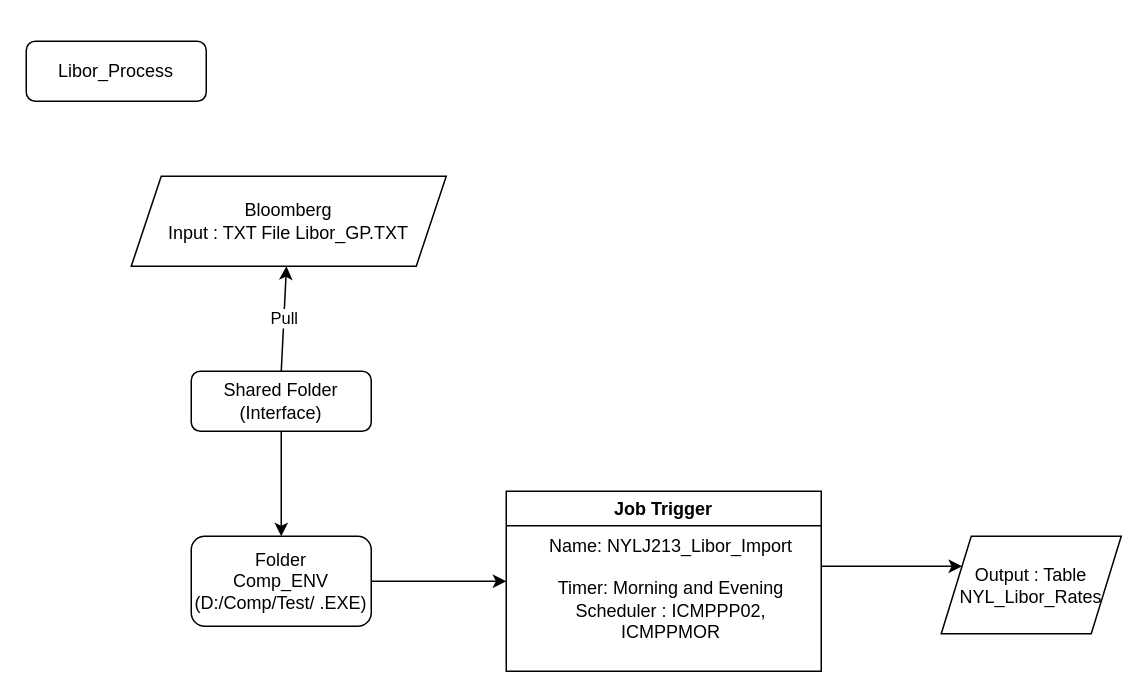
Earlier version of the draw.io diagram ArcadisPipeline/ArcadisPipeline/Libor_Flow (3).drawio (abhishekpathak49/Pipeline). Source tidied: cells renumbered, new cells numbered last; positions are measured from the earlier drawing's top-left corner, leaving out a move shared by most shapes. Both pictures are drawn from the tidied source at 150%, with x=0, y=0 at pixel (26, 40).
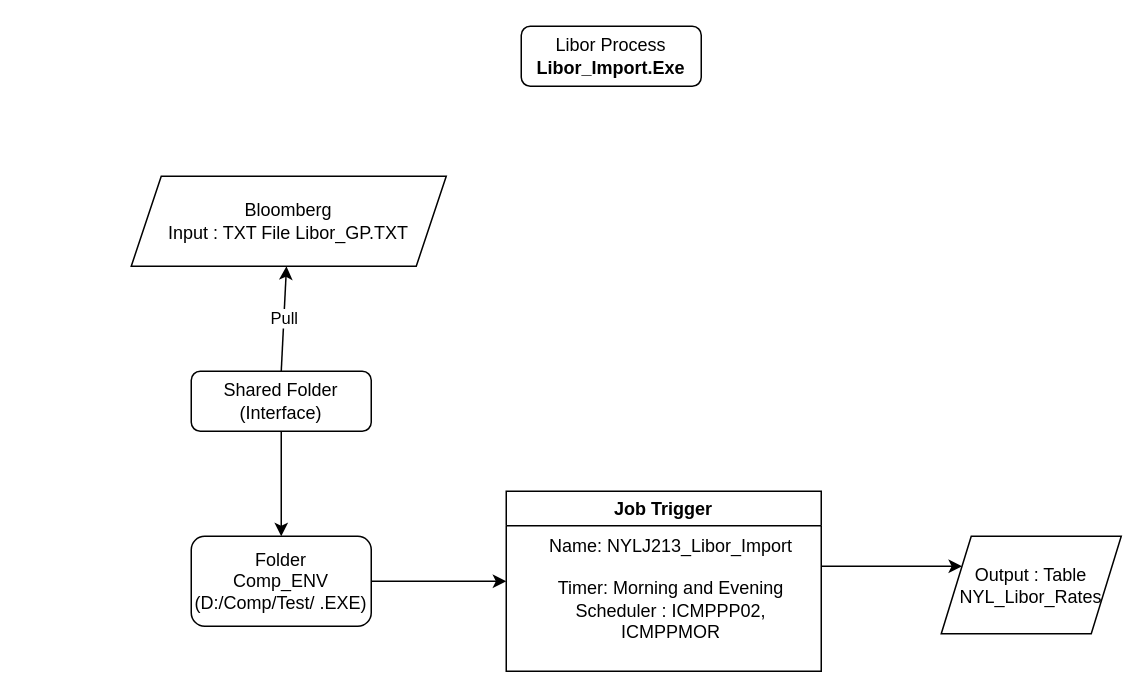
The same diagram, later.

Diff of the diagram source:
```diff
@@
 <mxGraphModel>
   <root>
     <mxCell id="0" />
     <mxCell id="1" parent="0" />
     <mxCell id="2" style="edgeStyle=orthogonalEdgeStyle;rounded=0;jettySize=auto;html=1;" parent="1" edge="1" source="3" target="5">
       <mxGeometry relative="1" as="geometry" />
     </mxCell>
     <mxCell id="3" value="Shared Folder (Interface)" style="rounded=1;whiteSpace=wrap;html=1;fontSize=12;glass=0;strokeWidth=1;shadow=0;" parent="1" vertex="1">
       <mxGeometry x="110" y="220" width="120" height="40" as="geometry" />
     </mxCell>
     <mxCell id="4" value="&amp;nbsp;Pull&amp;nbsp;" style="endArrow=classic;html=1;rounded=0;exitX=0.5;exitY=0;exitDx=0;exitDy=0;" parent="1" edge="1" source="3" target="11">
       <mxGeometry relative="1" as="geometry" />
     </mxCell>
     <mxCell id="5" value="Folder&lt;br&gt;Comp_ENV (D:/Comp/Test/ .EXE)" style="whiteSpace=wrap;html=1;rounded=1;glass=0;strokeWidth=1;shadow=0;" parent="1" vertex="1">
       <mxGeometry x="110" y="330" width="120" height="60" as="geometry" />
     </mxCell>
     <mxCell id="6" value="Job Trigger" style="swimlane;startSize=23;" parent="1" vertex="1">
       <mxGeometry x="320" y="300" width="210" height="120" as="geometry" />
     </mxCell>
     <mxCell id="7" value="Name: NYLJ213_Libor_Import&lt;br&gt;&amp;nbsp;&lt;br&gt;Timer: Morning and Evening&lt;br&gt;Scheduler : ICMPPP02, ICMPPMOR" style="text;html=1;strokeColor=none;fillColor=none;align=center;verticalAlign=middle;whiteSpace=wrap;rounded=0;" parent="6" vertex="1">
       <mxGeometry x="20" y="50" width="180" height="30" as="geometry" />
     </mxCell>
     <mxCell id="8" style="endArrow=classic;html=1;rounded=0;entryX=0;entryY=0.5;entryDx=0;entryDy=0;exitX=1;exitY=0.5;exitDx=0;exitDy=0;" parent="1" edge="1" source="5" target="6">
       <mxGeometry relative="1" as="geometry" />
     </mxCell>
     <mxCell id="9" value="Output : Table NYL_Libor_Rates" style="shape=parallelogram;perimeter=parallelogramPerimeter;whiteSpace=wrap;html=1;fixedSize=1;" parent="1" vertex="1">
       <mxGeometry x="610" y="330" width="120" height="65" as="geometry" />
     </mxCell>
     <mxCell id="10" style="endArrow=classic;html=1;rounded=0;entryX=0;entryY=0.25;entryDx=0;entryDy=0;" parent="1" edge="1" target="9">
       <mxGeometry relative="1" as="geometry">
         <mxPoint x="530" y="350" as="sourcePoint" />
       </mxGeometry>
     </mxCell>
     <mxCell id="11" value="Bloomberg&lt;br&gt;Input : TXT File Libor_GP.TXT" style="shape=parallelogram;perimeter=parallelogramPerimeter;whiteSpace=wrap;html=1;fixedSize=1;" parent="1" vertex="1">
       <mxGeometry x="70" y="90" width="210" height="60" as="geometry" />
     </mxCell>
-    <mxCell id="12" value="Libor_Process" style="rounded=1;whiteSpace=wrap;html=1;" parent="1" vertex="1">
-      <mxGeometry width="120" height="40" as="geometry" />
+    <mxCell id="12" value="Libor Process&lt;br&gt;&lt;b&gt;Libor_Import.Exe&lt;/b&gt;" style="rounded=1;whiteSpace=wrap;html=1;" parent="1" vertex="1">
+      <mxGeometry x="330" y="-10" width="120" height="40" as="geometry" />
     </mxCell>
   </root>
 </mxGraphModel>
```
